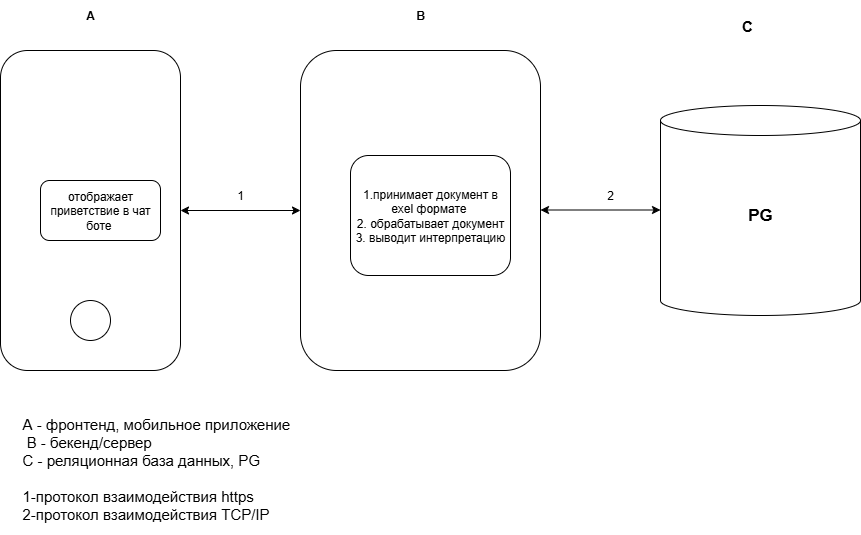
The draw.io diagram Камилла_Сафиуллина/архитектура.ДЗ-5-Страница — 3.drawio.png in patolog123/Analyst-3.0, before a commit. Source tidied: cells renumbered, new cells last; positions are measured from the earlier drawing's top-left corner, leaving out a move shared by most shapes. Its diagram source:
```xml
<mxGraphModel>
  <root>
    <mxCell id="0" />
    <mxCell id="1" parent="0" />
    <mxCell id="2" style="rounded=1;whiteSpace=wrap;html=1;" parent="1" vertex="1">
      <mxGeometry y="50" width="180" height="320" as="geometry" />
    </mxCell>
    <mxCell id="3" style="rounded=1;whiteSpace=wrap;html=1;" parent="1" vertex="1">
      <mxGeometry x="300" y="50" width="240" height="320" as="geometry" />
    </mxCell>
    <mxCell id="4" style="shape=cylinder3;whiteSpace=wrap;html=1;boundedLbl=1;backgroundOutline=1;size=15;" parent="1" vertex="1">
      <mxGeometry x="660" y="105" width="200" height="210" as="geometry" />
    </mxCell>
    <mxCell id="5" style="endArrow=classic;startArrow=classic;html=1;rounded=0;exitX=1;exitY=0.5;exitDx=0;exitDy=0;entryX=0;entryY=0.5;entryDx=0;entryDy=0;" parent="1" edge="1" source="2" target="3">
      <mxGeometry relative="1" as="geometry" />
    </mxCell>
    <mxCell id="6" style="endArrow=classic;startArrow=classic;html=1;rounded=0;exitX=1;exitY=0.5;exitDx=0;exitDy=0;entryX=0;entryY=0.5;entryDx=0;entryDy=0;" parent="1" edge="1">
      <mxGeometry relative="1" as="geometry">
        <mxPoint x="540" y="209.5" as="sourcePoint" />
        <mxPoint x="660" y="209.5" as="targetPoint" />
      </mxGeometry>
    </mxCell>
    <mxCell id="7" style="ellipse;whiteSpace=wrap;html=1;" parent="1" vertex="1">
      <mxGeometry x="70" y="300" width="40" height="40" as="geometry" />
    </mxCell>
    <mxCell id="8" value="1" style="text;html=1;align=center;verticalAlign=middle;whiteSpace=wrap;rounded=0;" parent="1" vertex="1">
      <mxGeometry x="220" y="180" width="40" height="30" as="geometry" />
    </mxCell>
    <mxCell id="9" value="2" style="text;html=1;align=center;verticalAlign=middle;whiteSpace=wrap;rounded=0;" parent="1" vertex="1">
      <mxGeometry x="590" y="180" width="40" height="30" as="geometry" />
    </mxCell>
    <mxCell id="10" value="А" style="text;html=1;align=center;verticalAlign=middle;whiteSpace=wrap;rounded=0;fontStyle=1;" parent="1" vertex="1">
      <mxGeometry x="70" width="40" height="30" as="geometry" />
    </mxCell>
    <mxCell id="11" value="В&lt;span style=&quot;color: rgba(0, 0, 0, 0); font-family: monospace; font-size: 0px; text-align: start; text-wrap-mode: nowrap;&quot;&gt;%3CmxGraphModel%3E%3Croot%3E%3CmxCell%20id%3D%220%22%2F%3E%3CmxCell%20id%3D%221%22%20parent%3D%220%22%2F%3E%3CmxCell%20id%3D%222%22%20value%3D%22%D0%90%22%20style%3D%22text%3Bhtml%3D1%3Balign%3Dcenter%3BverticalAlign%3Dmiddle%3BwhiteSpace%3Dwrap%3Brounded%3D0%3B%22%20vertex%3D%221%22%20parent%3D%221%22%3E%3CmxGeometry%20x%3D%22170%22%20y%3D%22150%22%20width%3D%2240%22%20height%3D%2230%22%20as%3D%22geometry%22%2F%3E%3C%2FmxCell%3E%3C%2Froot%3E%3C%2FmxGraphModel%3E&lt;/span&gt;" style="text;html=1;align=center;verticalAlign=middle;whiteSpace=wrap;rounded=0;fontStyle=1;" parent="1" vertex="1">
      <mxGeometry x="400" width="40" height="30" as="geometry" />
    </mxCell>
    <mxCell id="12" value="&lt;font style=&quot;font-size: 15px;&quot;&gt;С&lt;/font&gt;" style="text;html=1;align=center;verticalAlign=middle;whiteSpace=wrap;rounded=0;fontStyle=1;" parent="1" vertex="1">
      <mxGeometry x="727" y="10" width="40" height="30" as="geometry" />
    </mxCell>
    <mxCell id="13" value="&lt;span&gt;&lt;font style=&quot;font-size: 17px;&quot;&gt;&lt;b&gt;PG&lt;/b&gt;&lt;/font&gt;&lt;/span&gt;" style="text;html=1;align=center;verticalAlign=middle;whiteSpace=wrap;rounded=0;fontStyle=0;" parent="1" vertex="1">
      <mxGeometry x="730" y="200" width="60" height="30" as="geometry" />
    </mxCell>
    <mxCell id="14" value="&lt;div&gt;&lt;font style=&quot;font-size: 15px; background-color: light-dark(#ffffff, var(--ge-dark-color, #121212));&quot;&gt;А - фронтенд, мобильное приложение&lt;/font&gt;&lt;/div&gt;&lt;div&gt;&lt;font style=&quot;font-size: 15px; background-color: light-dark(#ffffff, var(--ge-dark-color, #121212));&quot;&gt;&amp;nbsp;В - бекенд/сервер&lt;/font&gt;&lt;/div&gt;&lt;div&gt;&lt;font style=&quot;font-size: 15px; background-color: light-dark(#ffffff, var(--ge-dark-color, #121212));&quot;&gt;С - реляционная база данных, PG&lt;/font&gt;&lt;/div&gt;&lt;div&gt;&lt;font style=&quot;font-size: 15px; background-color: light-dark(#ffffff, var(--ge-dark-color, #121212));&quot;&gt;&lt;br&gt;&lt;/font&gt;&lt;/div&gt;&lt;div&gt;&lt;font style=&quot;font-size: 15px; background-color: light-dark(#ffffff, var(--ge-dark-color, #121212));&quot;&gt;﻿﻿﻿﻿1-протокол взаимодействия https&lt;/font&gt;&lt;/div&gt;&lt;div&gt;&lt;font style=&quot;font-size: 15px; background-color: light-dark(#ffffff, var(--ge-dark-color, #121212));&quot;&gt;﻿﻿﻿﻿2-протокол взаимодействия ТСР/IР&lt;/font&gt;&lt;/div&gt;" style="text;html=1;align=left;verticalAlign=middle;whiteSpace=wrap;rounded=0;" parent="1" vertex="1">
      <mxGeometry x="20" y="400" width="490" height="135" as="geometry" />
    </mxCell>
    <mxCell id="15" value="отображает приветствие в чат боте&amp;nbsp;" style="rounded=1;whiteSpace=wrap;html=1;" parent="1" vertex="1">
      <mxGeometry x="40" y="180" width="120" height="60" as="geometry" />
    </mxCell>
    <mxCell id="16" value="1.принимает документ в exel формате&amp;nbsp;&lt;div&gt;2. обрабатывает документ&lt;/div&gt;&lt;div&gt;3. выводит интерпретацию&lt;/div&gt;" style="rounded=1;whiteSpace=wrap;html=1;" parent="1" vertex="1">
      <mxGeometry x="350" y="155" width="160" height="120" as="geometry" />
    </mxCell>
  </root>
</mxGraphModel>
```
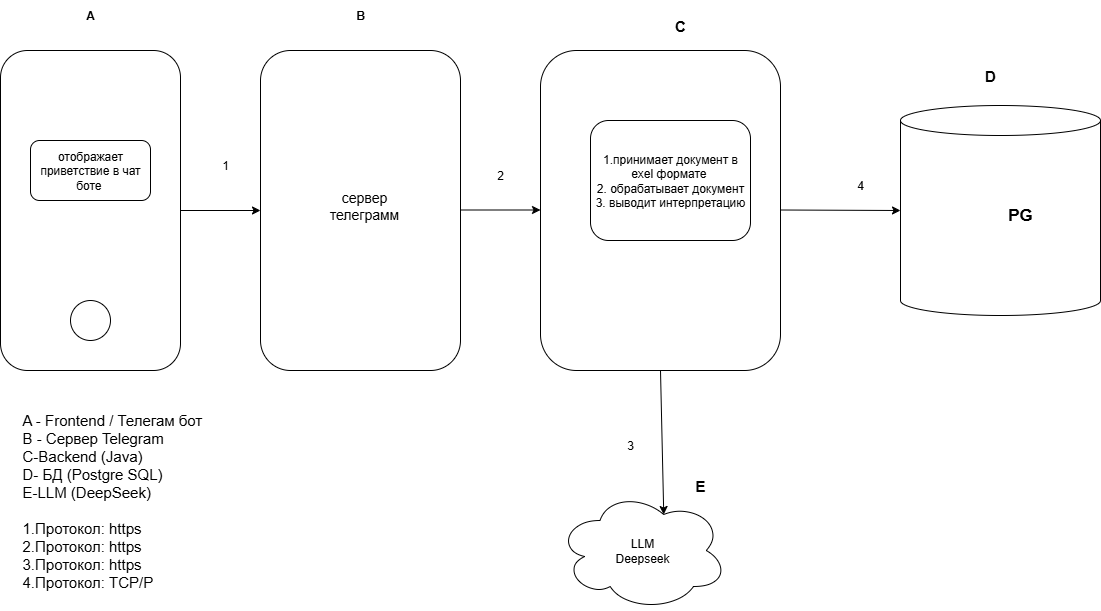
The same file after the commit.

What changed in the source:
```diff
@@ -5,50 +5,92 @@
     <mxCell id="2" style="rounded=1;whiteSpace=wrap;html=1;" parent="1" vertex="1">
       <mxGeometry y="50" width="180" height="320" as="geometry" />
     </mxCell>
-    <mxCell id="3" style="rounded=1;whiteSpace=wrap;html=1;" parent="1" vertex="1">
-      <mxGeometry x="300" y="50" width="240" height="320" as="geometry" />
-    </mxCell>
-    <mxCell id="4" style="shape=cylinder3;whiteSpace=wrap;html=1;boundedLbl=1;backgroundOutline=1;size=15;" parent="1" vertex="1">
-      <mxGeometry x="660" y="105" width="200" height="210" as="geometry" />
-    </mxCell>
-    <mxCell id="5" style="endArrow=classic;startArrow=classic;html=1;rounded=0;exitX=1;exitY=0.5;exitDx=0;exitDy=0;entryX=0;entryY=0.5;entryDx=0;entryDy=0;" parent="1" edge="1" source="2" target="3">
-      <mxGeometry relative="1" as="geometry" />
-    </mxCell>
-    <mxCell id="6" style="endArrow=classic;startArrow=classic;html=1;rounded=0;exitX=1;exitY=0.5;exitDx=0;exitDy=0;entryX=0;entryY=0.5;entryDx=0;entryDy=0;" parent="1" edge="1">
-      <mxGeometry relative="1" as="geometry">
-        <mxPoint x="540" y="209.5" as="sourcePoint" />
-        <mxPoint x="660" y="209.5" as="targetPoint" />
-      </mxGeometry>
-    </mxCell>
     <mxCell id="7" style="ellipse;whiteSpace=wrap;html=1;" parent="1" vertex="1">
       <mxGeometry x="70" y="300" width="40" height="40" as="geometry" />
     </mxCell>
     <mxCell id="8" value="1" style="text;html=1;align=center;verticalAlign=middle;whiteSpace=wrap;rounded=0;" parent="1" vertex="1">
-      <mxGeometry x="220" y="180" width="40" height="30" as="geometry" />
+      <mxGeometry x="210" y="150" width="30" height="30" as="geometry" />
     </mxCell>
     <mxCell id="9" value="2" style="text;html=1;align=center;verticalAlign=middle;whiteSpace=wrap;rounded=0;" parent="1" vertex="1">
-      <mxGeometry x="590" y="180" width="40" height="30" as="geometry" />
+      <mxGeometry x="480" y="160" width="40" height="30" as="geometry" />
     </mxCell>
     <mxCell id="10" value="А" style="text;html=1;align=center;verticalAlign=middle;whiteSpace=wrap;rounded=0;fontStyle=1;" parent="1" vertex="1">
       <mxGeometry x="70" width="40" height="30" as="geometry" />
     </mxCell>
     <mxCell id="11" value="В&lt;span style=&quot;color: rgba(0, 0, 0, 0); font-family: monospace; font-size: 0px; text-align: start; text-wrap-mode: nowrap;&quot;&gt;%3CmxGraphModel%3E%3Croot%3E%3CmxCell%20id%3D%220%22%2F%3E%3CmxCell%20id%3D%221%22%20parent%3D%220%22%2F%3E%3CmxCell%20id%3D%222%22%20value%3D%22%D0%90%22%20style%3D%22text%3Bhtml%3D1%3Balign%3Dcenter%3BverticalAlign%3Dmiddle%3BwhiteSpace%3Dwrap%3Brounded%3D0%3B%22%20vertex%3D%221%22%20parent%3D%221%22%3E%3CmxGeometry%20x%3D%22170%22%20y%3D%22150%22%20width%3D%2240%22%20height%3D%2230%22%20as%3D%22geometry%22%2F%3E%3C%2FmxCell%3E%3C%2Froot%3E%3C%2FmxGraphModel%3E&lt;/span&gt;" style="text;html=1;align=center;verticalAlign=middle;whiteSpace=wrap;rounded=0;fontStyle=1;" parent="1" vertex="1">
-      <mxGeometry x="400" width="40" height="30" as="geometry" />
+      <mxGeometry x="340" width="40" height="30" as="geometry" />
     </mxCell>
     <mxCell id="12" value="&lt;font style=&quot;font-size: 15px;&quot;&gt;С&lt;/font&gt;" style="text;html=1;align=center;verticalAlign=middle;whiteSpace=wrap;rounded=0;fontStyle=1;" parent="1" vertex="1">
-      <mxGeometry x="727" y="10" width="40" height="30" as="geometry" />
+      <mxGeometry x="660" y="10" width="40" height="30" as="geometry" />
     </mxCell>
-    <mxCell id="13" value="&lt;span&gt;&lt;font style=&quot;font-size: 17px;&quot;&gt;&lt;b&gt;PG&lt;/b&gt;&lt;/font&gt;&lt;/span&gt;" style="text;html=1;align=center;verticalAlign=middle;whiteSpace=wrap;rounded=0;fontStyle=0;" parent="1" vertex="1">
-      <mxGeometry x="730" y="200" width="60" height="30" as="geometry" />
-    </mxCell>
-    <mxCell id="14" value="&lt;div&gt;&lt;font style=&quot;font-size: 15px; background-color: light-dark(#ffffff, var(--ge-dark-color, #121212));&quot;&gt;А - фронтенд, мобильное приложение&lt;/font&gt;&lt;/div&gt;&lt;div&gt;&lt;font style=&quot;font-size: 15px; background-color: light-dark(#ffffff, var(--ge-dark-color, #121212));&quot;&gt;&amp;nbsp;В - бекенд/сервер&lt;/font&gt;&lt;/div&gt;&lt;div&gt;&lt;font style=&quot;font-size: 15px; background-color: light-dark(#ffffff, var(--ge-dark-color, #121212));&quot;&gt;С - реляционная база данных, PG&lt;/font&gt;&lt;/div&gt;&lt;div&gt;&lt;font style=&quot;font-size: 15px; background-color: light-dark(#ffffff, var(--ge-dark-color, #121212));&quot;&gt;&lt;br&gt;&lt;/font&gt;&lt;/div&gt;&lt;div&gt;&lt;font style=&quot;font-size: 15px; background-color: light-dark(#ffffff, var(--ge-dark-color, #121212));&quot;&gt;﻿﻿﻿﻿1-протокол взаимодействия https&lt;/font&gt;&lt;/div&gt;&lt;div&gt;&lt;font style=&quot;font-size: 15px; background-color: light-dark(#ffffff, var(--ge-dark-color, #121212));&quot;&gt;﻿﻿﻿﻿2-протокол взаимодействия ТСР/IР&lt;/font&gt;&lt;/div&gt;" style="text;html=1;align=left;verticalAlign=middle;whiteSpace=wrap;rounded=0;" parent="1" vertex="1">
-      <mxGeometry x="20" y="400" width="490" height="135" as="geometry" />
+    <mxCell id="14" value="&lt;div&gt;&lt;span style=&quot;font-size: 15px;&quot;&gt;A - Frontend / Телегам бот&amp;nbsp;&lt;/span&gt;&lt;/div&gt;&lt;div&gt;&lt;span style=&quot;font-size: 15px;&quot;&gt;В - Сервер Telegram&lt;/span&gt;&lt;/div&gt;&lt;div&gt;&lt;span style=&quot;font-size: 15px;&quot;&gt;﻿﻿﻿﻿С-Backend (Java)&lt;/span&gt;&lt;/div&gt;&lt;div&gt;&lt;span style=&quot;font-size: 15px;&quot;&gt;﻿﻿﻿D- БД (Postgre SQL)&lt;/span&gt;&lt;/div&gt;&lt;div&gt;&lt;span style=&quot;font-size: 15px;&quot;&gt;E-﻿﻿﻿﻿LLM (DeepSeek)&lt;/span&gt;&lt;/div&gt;&lt;div&gt;&lt;span style=&quot;font-size: 15px;&quot;&gt;&lt;br&gt;&lt;/span&gt;&lt;/div&gt;&lt;div&gt;&lt;span style=&quot;font-size: 15px;&quot;&gt;﻿﻿﻿1.Протокол: https&lt;/span&gt;&lt;/div&gt;&lt;div&gt;&lt;span style=&quot;font-size: 15px;&quot;&gt;﻿﻿﻿2.Протокол: https&lt;/span&gt;&lt;/div&gt;&lt;div&gt;&lt;span style=&quot;font-size: 15px;&quot;&gt;﻿﻿﻿3.Протокол: https&lt;/span&gt;&lt;/div&gt;&lt;div&gt;&lt;span style=&quot;font-size: 15px;&quot;&gt;﻿﻿﻿4.Протокол: ТСР/Р&lt;/span&gt;&lt;/div&gt;" style="text;html=1;align=left;verticalAlign=middle;whiteSpace=wrap;rounded=0;" parent="1" vertex="1">
+      <mxGeometry x="20" y="400" width="520" height="200" as="geometry" />
     </mxCell>
     <mxCell id="15" value="отображает приветствие в чат боте&amp;nbsp;" style="rounded=1;whiteSpace=wrap;html=1;" parent="1" vertex="1">
-      <mxGeometry x="40" y="180" width="120" height="60" as="geometry" />
+      <mxGeometry x="30" y="140" width="120" height="60" as="geometry" />
     </mxCell>
+    <mxCell id="17" style="group;" parent="1" vertex="1">
+      <mxGeometry x="560" y="50" width="240" height="320" as="geometry" />
+    </mxCell>
+    <mxCell id="3" style="rounded=1;whiteSpace=wrap;html=1;" parent="17" vertex="1">
+      <mxGeometry x="-20" width="240" height="320" as="geometry" />
+    </mxCell>
-    <mxCell id="16" value="1.принимает документ в exel формате&amp;nbsp;&lt;div&gt;2. обрабатывает документ&lt;/div&gt;&lt;div&gt;3. выводит интерпретацию&lt;/div&gt;" style="rounded=1;whiteSpace=wrap;html=1;" parent="1" vertex="1">
-      <mxGeometry x="350" y="155" width="160" height="120" as="geometry" />
+    <mxCell id="16" value="1.принимает документ в exel формате&amp;nbsp;&lt;div&gt;2. обрабатывает документ&lt;/div&gt;&lt;div&gt;3. выводит интерпретацию&lt;/div&gt;" style="rounded=1;whiteSpace=wrap;html=1;" parent="17" vertex="1">
+      <mxGeometry x="30" y="70" width="160" height="120" as="geometry" />
     </mxCell>
+    <mxCell id="18" style="group;" parent="1" vertex="1">
+      <mxGeometry x="260" y="50" width="200" height="320" as="geometry" />
+    </mxCell>
+    <mxCell id="19" style="rounded=1;whiteSpace=wrap;html=1;" parent="18" vertex="1">
+      <mxGeometry width="200" height="320" as="geometry" />
+    </mxCell>
+    <mxCell id="20" value="&lt;font style=&quot;font-size: 14px;&quot;&gt;сервер телеграмм&lt;/font&gt;" style="text;html=1;align=center;verticalAlign=middle;whiteSpace=wrap;rounded=0;" parent="18" vertex="1">
+      <mxGeometry x="54" y="140" width="100" height="30" as="geometry" />
+    </mxCell>
+    <mxCell id="21" style="group;" parent="1" vertex="1">
+      <mxGeometry x="900" y="105" width="200" height="210" as="geometry" />
+    </mxCell>
+    <mxCell id="4" style="shape=cylinder3;whiteSpace=wrap;html=1;boundedLbl=1;backgroundOutline=1;size=15;" parent="21" vertex="1">
+      <mxGeometry width="200" height="210" as="geometry" />
+    </mxCell>
+    <mxCell id="13" value="&lt;span&gt;&lt;font style=&quot;font-size: 17px;&quot;&gt;&lt;b&gt;PG&lt;/b&gt;&lt;/font&gt;&lt;/span&gt;" style="text;html=1;align=center;verticalAlign=middle;whiteSpace=wrap;rounded=0;fontStyle=0;" parent="21" vertex="1">
+      <mxGeometry x="90" y="95" width="60" height="30" as="geometry" />
+    </mxCell>
+    <mxCell id="22" value="4" style="text;html=1;align=center;verticalAlign=middle;whiteSpace=wrap;rounded=0;" parent="1" vertex="1">
+      <mxGeometry x="840" y="170" width="40" height="30" as="geometry" />
+    </mxCell>
+    <mxCell id="23" style="endArrow=classic;html=1;rounded=0;entryX=0;entryY=0.5;entryDx=0;entryDy=0;" parent="1" edge="1" target="19">
+      <mxGeometry relative="1" as="geometry">
+        <mxPoint x="180" y="210" as="sourcePoint" />
+      </mxGeometry>
+    </mxCell>
+    <mxCell id="24" style="endArrow=classic;html=1;rounded=0;entryX=0;entryY=0.5;entryDx=0;entryDy=0;" parent="1" edge="1">
+      <mxGeometry relative="1" as="geometry">
+        <mxPoint x="460" y="209.5" as="sourcePoint" />
+        <mxPoint x="540" y="209.5" as="targetPoint" />
+      </mxGeometry>
+    </mxCell>
+    <mxCell id="25" style="endArrow=classic;html=1;rounded=0;entryX=0;entryY=0.5;entryDx=0;entryDy=0;entryPerimeter=0;" parent="1" edge="1" target="4">
+      <mxGeometry relative="1" as="geometry">
+        <mxPoint x="780" y="209.5" as="sourcePoint" />
+      </mxGeometry>
+    </mxCell>
+    <mxCell id="26" value="LLM&lt;div&gt;Deepseek&lt;/div&gt;" style="ellipse;shape=cloud;whiteSpace=wrap;html=1;" parent="1" vertex="1">
+      <mxGeometry x="557" y="490" width="170" height="120" as="geometry" />
+    </mxCell>
+    <mxCell id="27" style="endArrow=classic;html=1;rounded=0;entryX=0.625;entryY=0.2;entryDx=0;entryDy=0;entryPerimeter=0;" parent="1" edge="1" target="26">
+      <mxGeometry relative="1" as="geometry">
+        <mxPoint x="660" y="370" as="sourcePoint" />
+      </mxGeometry>
+    </mxCell>
+    <mxCell id="28" value="3" style="text;html=1;align=center;verticalAlign=middle;whiteSpace=wrap;rounded=0;" parent="1" vertex="1">
+      <mxGeometry x="610" y="430" width="40" height="30" as="geometry" />
+    </mxCell>
+    <mxCell id="29" value="&lt;font style=&quot;font-size: 15px;&quot;&gt;D&lt;/font&gt;" style="text;html=1;align=center;verticalAlign=middle;whiteSpace=wrap;rounded=0;fontStyle=1;" parent="1" vertex="1">
+      <mxGeometry x="970" y="60" width="40" height="30" as="geometry" />
+    </mxCell>
+    <mxCell id="30" value="&lt;font style=&quot;font-size: 15px;&quot;&gt;E&lt;/font&gt;" style="text;html=1;align=center;verticalAlign=middle;whiteSpace=wrap;rounded=0;fontStyle=1;" parent="1" vertex="1">
+      <mxGeometry x="680" y="470" width="40" height="30" as="geometry" />
+    </mxCell>
   </root>
 </mxGraphModel>
```
